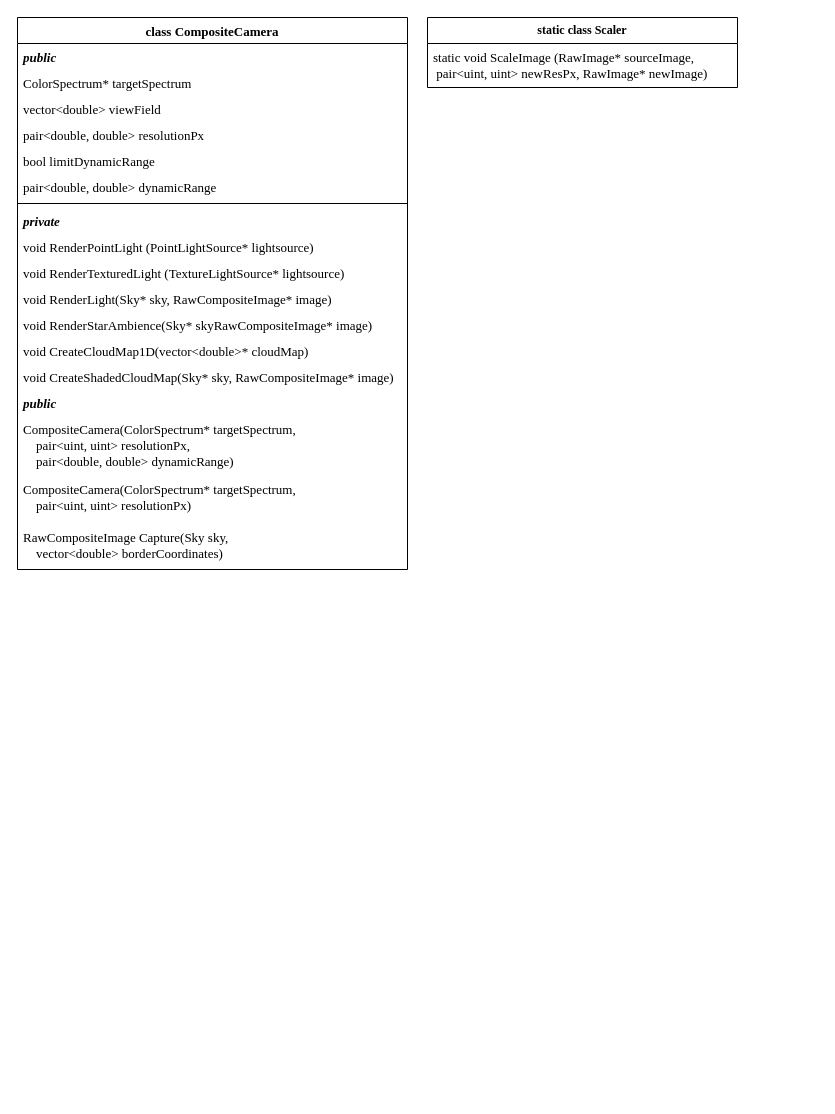
The draw.io diagram page "CompositeCamera" (5 of 9) of Docs/Class diagrams.drawio in SpatiumOwl/ComplexSky-2.0, before the edit. Source tidied: cells renumbered, new cells numbered last; positions are measured from the earlier drawing's top-left corner, leaving out a move shared by most shapes. Both pictures are drawn from the tidied source at 100%, with x=0, y=0 at pixel (17, 17).
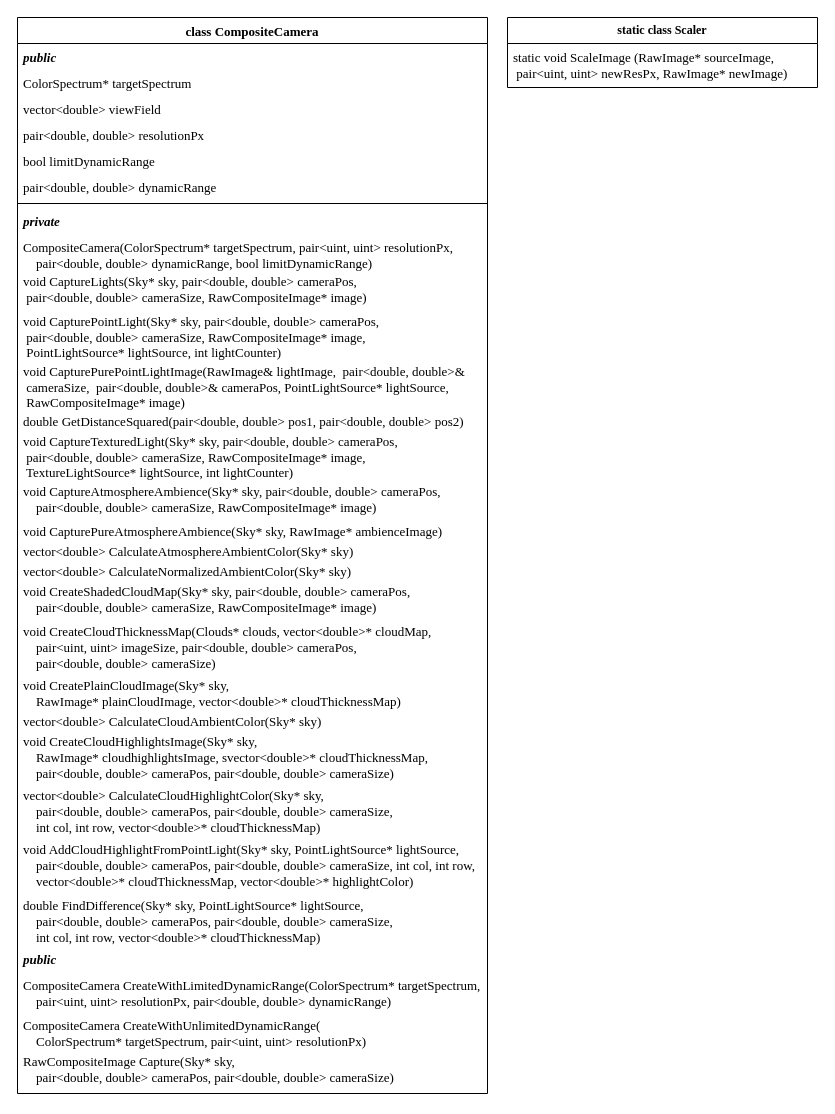
The same page after the edit.

The edit, as a diff of the source:
```diff
@@
     <mxCell id="2" value="class CompositeCamera" style="swimlane;fontStyle=1;align=center;verticalAlign=top;horizontal=1;startSize=26;fontFamily=Times New Roman;fontSize=13;" parent="1" vertex="1">
-      <mxGeometry width="390" height="552" as="geometry" />
+      <mxGeometry width="470" height="1076" as="geometry" />
     </mxCell>
     <mxCell id="3" value="public" style="text;strokeColor=none;fillColor=none;align=left;verticalAlign=top;spacingLeft=4;spacingRight=4;overflow=hidden;fontStyle=3;fontFamily=Times New Roman;fontSize=13;" parent="2" vertex="1">
-      <mxGeometry y="26" width="390" height="26" as="geometry" />
+      <mxGeometry y="26" width="470" height="26" as="geometry" />
     </mxCell>
     <mxCell id="4" value="&lt;font face=&quot;Times New Roman&quot; style=&quot;font-size: 13px;&quot;&gt;ColorSpectrum* targetSpectrum&lt;/font&gt;" style="text;strokeColor=none;fillColor=none;align=left;verticalAlign=top;spacingLeft=4;spacingRight=4;overflow=hidden;whiteSpace=wrap;html=1;fontSize=13;" parent="2" vertex="1">
-      <mxGeometry y="52" width="390" height="26" as="geometry" />
+      <mxGeometry y="52" width="470" height="26" as="geometry" />
     </mxCell>
     <mxCell id="5" value="vector&amp;lt;double&amp;gt; viewField" style="text;strokeColor=none;fillColor=none;align=left;verticalAlign=top;spacingLeft=4;spacingRight=4;overflow=hidden;whiteSpace=wrap;html=1;fontFamily=Times New Roman;fontSize=13;" parent="2" vertex="1">
-      <mxGeometry y="78" width="390" height="26" as="geometry" />
+      <mxGeometry y="78" width="470" height="26" as="geometry" />
     </mxCell>
     <mxCell id="6" value="&lt;font face=&quot;Times New Roman&quot; style=&quot;font-size: 13px;&quot;&gt;pair&amp;lt;double, double&amp;gt;&amp;nbsp;resolutionPx&lt;/font&gt;" style="text;strokeColor=none;fillColor=none;align=left;verticalAlign=top;spacingLeft=4;spacingRight=4;overflow=hidden;whiteSpace=wrap;html=1;fontSize=13;" parent="2" vertex="1">
-      <mxGeometry y="104" width="390" height="26" as="geometry" />
+      <mxGeometry y="104" width="470" height="26" as="geometry" />
     </mxCell>
     <mxCell id="7" value="bool limitDynamicRange" style="text;strokeColor=none;fillColor=none;align=left;verticalAlign=top;spacingLeft=4;spacingRight=4;overflow=hidden;whiteSpace=wrap;html=1;fontFamily=Times New Roman;fontSize=13;" parent="2" vertex="1">
-      <mxGeometry y="130" width="390" height="26" as="geometry" />
+      <mxGeometry y="130" width="470" height="26" as="geometry" />
     </mxCell>
     <mxCell id="8" value="pair&amp;lt;double, double&amp;gt;&amp;nbsp;dynamicRange" style="text;strokeColor=none;fillColor=none;align=left;verticalAlign=top;spacingLeft=4;spacingRight=4;overflow=hidden;whiteSpace=wrap;html=1;fontFamily=Times New Roman;fontSize=13;" parent="2" vertex="1">
-      <mxGeometry y="156" width="390" height="26" as="geometry" />
+      <mxGeometry y="156" width="470" height="26" as="geometry" />
     </mxCell>
     <mxCell id="9" style="line;strokeWidth=1;fillColor=none;align=left;verticalAlign=middle;spacingTop=-1;spacingLeft=3;spacingRight=3;labelPosition=right;fontFamily=Times New Roman;fontSize=13;" parent="2" vertex="1">
-      <mxGeometry y="182" width="390" height="8" as="geometry" />
+      <mxGeometry y="182" width="470" height="8" as="geometry" />
     </mxCell>
     <mxCell id="10" value="private" style="text;strokeColor=none;fillColor=none;align=left;verticalAlign=top;spacingLeft=4;spacingRight=4;overflow=hidden;fontStyle=3;fontFamily=Times New Roman;fontSize=13;" parent="2" vertex="1">
-      <mxGeometry y="190" width="390" height="26" as="geometry" />
+      <mxGeometry y="190" width="470" height="26" as="geometry" />
     </mxCell>
+    <mxCell id="18" value="CompositeCamera(ColorSpectrum* targetSpectrum, pair&lt;uint, uint&gt; resolutionPx, &#10;    pair&lt;double, double&gt; dynamicRange, bool limitDynamicRange)" style="text;strokeColor=none;fillColor=none;align=left;verticalAlign=top;spacingLeft=4;spacingRight=4;overflow=hidden;fontFamily=Times New Roman;fontSize=13;" parent="2" vertex="1">
+      <mxGeometry y="216" width="470" height="34" as="geometry" />
+    </mxCell>
-    <mxCell id="11" value="void RenderPointLight (PointLightSource* lightsource)" style="text;strokeColor=none;fillColor=none;align=left;verticalAlign=top;spacingLeft=4;spacingRight=4;overflow=hidden;whiteSpace=wrap;html=1;fontFamily=Times New Roman;fontSize=13;" parent="2" vertex="1">
-      <mxGeometry y="216" width="390" height="26" as="geometry" />
+    <mxCell id="11" value="&lt;div&gt;void CaptureLights(Sky* sky, pair&amp;lt;double, double&amp;gt; cameraPos,&lt;/div&gt;&lt;div&gt;&lt;span style=&quot;white-space: pre;&quot;&gt; &lt;/span&gt;pair&amp;lt;double, double&amp;gt; cameraSize, RawCompositeImage* image)&lt;/div&gt;" style="text;strokeColor=none;fillColor=none;align=left;verticalAlign=top;spacingLeft=4;spacingRight=4;overflow=hidden;whiteSpace=wrap;html=1;fontFamily=Times New Roman;fontSize=13;" parent="2" vertex="1">
+      <mxGeometry y="250" width="470" height="40" as="geometry" />
     </mxCell>
+    <mxCell id="23" value="&lt;div&gt;void CapturePointLight(Sky* sky, pair&amp;lt;double, double&amp;gt; cameraPos,&lt;/div&gt;&lt;div&gt;&lt;span style=&quot;white-space: pre;&quot;&gt; &lt;/span&gt;pair&amp;lt;double, double&amp;gt; cameraSize, RawCompositeImage* image,&amp;nbsp;&lt;/div&gt;&lt;div&gt;&lt;span style=&quot;white-space: pre;&quot;&gt; &lt;/span&gt;PointLightSource* lightSource, int lightCounter)&lt;/div&gt;" style="text;strokeColor=none;fillColor=none;align=left;verticalAlign=top;spacingLeft=4;spacingRight=4;overflow=hidden;whiteSpace=wrap;html=1;fontFamily=Times New Roman;fontSize=13;" parent="2" vertex="1">
+      <mxGeometry y="290" width="470" height="50" as="geometry" />
+    </mxCell>
+    <mxCell id="24" value="&lt;div&gt;void CapturePurePointLightImage(RawImage&amp;amp; lightImage,&amp;nbsp; &lt;span style=&quot;background-color: initial;&quot;&gt;pair&amp;lt;double, double&amp;gt;&amp;amp; &lt;span style=&quot;white-space: pre;&quot;&gt; &lt;/span&gt;cameraSize,&amp;nbsp;&amp;nbsp;&lt;/span&gt;&lt;span style=&quot;background-color: initial;&quot;&gt;pair&amp;lt;double, double&amp;gt;&amp;amp; cameraPos,&amp;nbsp;&lt;/span&gt;&lt;span style=&quot;background-color: initial;&quot;&gt;PointLightSource* lightSource, &lt;span style=&quot;white-space: pre;&quot;&gt; &lt;/span&gt;RawCompositeImage* image)&lt;/span&gt;&lt;/div&gt;" style="text;strokeColor=none;fillColor=none;align=left;verticalAlign=top;spacingLeft=4;spacingRight=4;overflow=hidden;whiteSpace=wrap;html=1;fontFamily=Times New Roman;fontSize=13;" parent="2" vertex="1">
+      <mxGeometry y="340" width="470" height="50" as="geometry" />
+    </mxCell>
+    <mxCell id="25" value="double GetDistanceSquared(pair&lt;double, double&gt; pos1, pair&lt;double, double&gt; pos2)" style="text;strokeColor=none;fillColor=none;align=left;verticalAlign=top;spacingLeft=4;spacingRight=4;overflow=hidden;fontFamily=Times New Roman;fontSize=13;" parent="2" vertex="1">
+      <mxGeometry y="390" width="470" height="20" as="geometry" />
+    </mxCell>
-    <mxCell id="12" value="void RenderTexturedLight (TextureLightSource* lightsource)" style="text;strokeColor=none;fillColor=none;align=left;verticalAlign=top;spacingLeft=4;spacingRight=4;overflow=hidden;whiteSpace=wrap;html=1;fontFamily=Times New Roman;fontSize=13;" parent="2" vertex="1">
-      <mxGeometry y="242" width="390" height="26" as="geometry" />
+    <mxCell id="12" value="&lt;div style=&quot;border-color: var(--border-color);&quot;&gt;void CaptureTexturedLight(Sky* sky, pair&amp;lt;double, double&amp;gt; cameraPos,&lt;/div&gt;&lt;div style=&quot;border-color: var(--border-color);&quot;&gt;&lt;span style=&quot;white-space: pre;&quot;&gt; &lt;/span&gt;pair&amp;lt;double, double&amp;gt; cameraSize, RawCompositeImage* image,&amp;nbsp;&lt;/div&gt;&lt;div style=&quot;border-color: var(--border-color);&quot;&gt;&lt;span style=&quot;white-space: pre;&quot;&gt; &lt;/span&gt;TextureLightSource* lightSource, int lightCounter)&lt;/div&gt;" style="text;strokeColor=none;fillColor=none;align=left;verticalAlign=top;spacingLeft=4;spacingRight=4;overflow=hidden;whiteSpace=wrap;html=1;fontFamily=Times New Roman;fontSize=13;" parent="2" vertex="1">
+      <mxGeometry y="410" width="470" height="50" as="geometry" />
     </mxCell>
-    <mxCell id="13" value="void RenderLight(Sky* sky, RawCompositeImage* image)" style="text;strokeColor=none;fillColor=none;align=left;verticalAlign=top;spacingLeft=4;spacingRight=4;overflow=hidden;fontFamily=Times New Roman;fontSize=13;" parent="2" vertex="1">
-      <mxGeometry y="268" width="390" height="26" as="geometry" />
-    </mxCell>
-    <mxCell id="14" value="void RenderStarAmbience(Sky* skyRawCompositeImage* image)" style="text;strokeColor=none;fillColor=none;align=left;verticalAlign=top;spacingLeft=4;spacingRight=4;overflow=hidden;fontFamily=Times New Roman;fontSize=13;" parent="2" vertex="1">
-      <mxGeometry y="294" width="390" height="26" as="geometry" />
+    <mxCell id="14" value="void CaptureAtmosphereAmbience(Sky* sky, pair&lt;double, double&gt; cameraPos, &#10;    pair&lt;double, double&gt; cameraSize, RawCompositeImage* image)" style="text;strokeColor=none;fillColor=none;align=left;verticalAlign=top;spacingLeft=4;spacingRight=4;overflow=hidden;fontFamily=Times New Roman;fontSize=13;" parent="2" vertex="1">
+      <mxGeometry y="460" width="470" height="40" as="geometry" />
     </mxCell>
+    <mxCell id="26" value="void CapturePureAtmosphereAmbience(Sky* sky, RawImage* ambienceImage)" style="text;strokeColor=none;fillColor=none;align=left;verticalAlign=top;spacingLeft=4;spacingRight=4;overflow=hidden;fontFamily=Times New Roman;fontSize=13;" parent="2" vertex="1">
+      <mxGeometry y="500" width="470" height="20" as="geometry" />
+    </mxCell>
+    <mxCell id="27" value="vector&lt;double&gt; CalculateAtmosphereAmbientColor(Sky* sky)" style="text;strokeColor=none;fillColor=none;align=left;verticalAlign=top;spacingLeft=4;spacingRight=4;overflow=hidden;fontFamily=Times New Roman;fontSize=13;" parent="2" vertex="1">
+      <mxGeometry y="520" width="470" height="20" as="geometry" />
+    </mxCell>
+    <mxCell id="28" value="vector&lt;double&gt; CalculateNormalizedAmbientColor(Sky* sky)" style="text;strokeColor=none;fillColor=none;align=left;verticalAlign=top;spacingLeft=4;spacingRight=4;overflow=hidden;fontFamily=Times New Roman;fontSize=13;" parent="2" vertex="1">
+      <mxGeometry y="540" width="470" height="20" as="geometry" />
+    </mxCell>
+    <mxCell id="16" value="void CreateShadedCloudMap(Sky* sky, pair&lt;double, double&gt; cameraPos,&#10;    pair&lt;double, double&gt; cameraSize, RawCompositeImage* image)" style="text;strokeColor=none;fillColor=none;align=left;verticalAlign=top;spacingLeft=4;spacingRight=4;overflow=hidden;fontFamily=Times New Roman;fontSize=13;" parent="2" vertex="1">
+      <mxGeometry y="560" width="470" height="40" as="geometry" />
+    </mxCell>
-    <mxCell id="15" value="void CreateCloudMap1D(vector&lt;double&gt;* cloudMap)" style="text;strokeColor=none;fillColor=none;align=left;verticalAlign=top;spacingLeft=4;spacingRight=4;overflow=hidden;fontFamily=Times New Roman;fontSize=13;" parent="2" vertex="1">
-      <mxGeometry y="320" width="390" height="26" as="geometry" />
+    <mxCell id="15" value="void CreateCloudThicknessMap(Clouds* clouds, vector&lt;double&gt;* cloudMap, &#10;    pair&lt;uint, uint&gt; imageSize, pair&lt;double, double&gt; cameraPos, &#10;    pair&lt;double, double&gt; cameraSize)" style="text;strokeColor=none;fillColor=none;align=left;verticalAlign=top;spacingLeft=4;spacingRight=4;overflow=hidden;fontFamily=Times New Roman;fontSize=13;" parent="2" vertex="1">
+      <mxGeometry y="600" width="470" height="54" as="geometry" />
     </mxCell>
-    <mxCell id="16" value="void CreateShadedCloudMap(Sky* sky, RawCompositeImage* image)" style="text;strokeColor=none;fillColor=none;align=left;verticalAlign=top;spacingLeft=4;spacingRight=4;overflow=hidden;fontFamily=Times New Roman;fontSize=13;" parent="2" vertex="1">
-      <mxGeometry y="346" width="390" height="26" as="geometry" />
-    </mxCell>
+    <mxCell id="29" value="void CreatePlainCloudImage(Sky* sky, &#10;    RawImage* plainCloudImage, vector&lt;double&gt;* cloudThicknessMap)" style="text;strokeColor=none;fillColor=none;align=left;verticalAlign=top;spacingLeft=4;spacingRight=4;overflow=hidden;fontFamily=Times New Roman;fontSize=13;" parent="2" vertex="1">
+      <mxGeometry y="654" width="470" height="36" as="geometry" />
+    </mxCell>
+    <mxCell id="30" value="vector&lt;double&gt; CalculateCloudAmbientColor(Sky* sky)" style="text;strokeColor=none;fillColor=none;align=left;verticalAlign=top;spacingLeft=4;spacingRight=4;overflow=hidden;fontFamily=Times New Roman;fontSize=13;" parent="2" vertex="1">
+      <mxGeometry y="690" width="470" height="20" as="geometry" />
+    </mxCell>
+    <mxCell id="31" value="void CreateCloudHighlightsImage(Sky* sky,&#10;    RawImage* cloudhighlightsImage, svector&lt;double&gt;* cloudThicknessMap,&#10;    pair&lt;double, double&gt; cameraPos, pair&lt;double, double&gt; cameraSize)" style="text;strokeColor=none;fillColor=none;align=left;verticalAlign=top;spacingLeft=4;spacingRight=4;overflow=hidden;fontFamily=Times New Roman;fontSize=13;" parent="2" vertex="1">
+      <mxGeometry y="710" width="470" height="54" as="geometry" />
+    </mxCell>
+    <mxCell id="32" value="vector&lt;double&gt; CalculateCloudHighlightColor(Sky* sky,&#10;    pair&lt;double, double&gt; cameraPos, pair&lt;double, double&gt; cameraSize,&#10;        int col, int row, vector&lt;double&gt;* cloudThicknessMap)" style="text;strokeColor=none;fillColor=none;align=left;verticalAlign=top;spacingLeft=4;spacingRight=4;overflow=hidden;fontFamily=Times New Roman;fontSize=13;" parent="2" vertex="1">
+      <mxGeometry y="764" width="470" height="54" as="geometry" />
+    </mxCell>
+    <mxCell id="33" value="void AddCloudHighlightFromPointLight(Sky* sky, PointLightSource* lightSource, &#10;    pair&lt;double, double&gt; cameraPos, pair&lt;double, double&gt; cameraSize, int col, int row, &#10;    vector&lt;double&gt;* cloudThicknessMap, vector&lt;double&gt;* highlightColor)" style="text;strokeColor=none;fillColor=none;align=left;verticalAlign=top;spacingLeft=4;spacingRight=4;overflow=hidden;fontFamily=Times New Roman;fontSize=13;" parent="2" vertex="1">
+      <mxGeometry y="818" width="470" height="56" as="geometry" />
+    </mxCell>
+    <mxCell id="34" value="double FindDifference(Sky* sky, PointLightSource* lightSource,&#10;    pair&lt;double, double&gt; cameraPos, pair&lt;double, double&gt; cameraSize,&#10;        int col, int row, vector&lt;double&gt;* cloudThicknessMap)" style="text;strokeColor=none;fillColor=none;align=left;verticalAlign=top;spacingLeft=4;spacingRight=4;overflow=hidden;fontFamily=Times New Roman;fontSize=13;" parent="2" vertex="1">
+      <mxGeometry y="874" width="470" height="54" as="geometry" />
+    </mxCell>
     <mxCell id="17" value="public" style="text;strokeColor=none;fillColor=none;align=left;verticalAlign=top;spacingLeft=4;spacingRight=4;overflow=hidden;fontStyle=3;fontFamily=Times New Roman;fontSize=13;" parent="2" vertex="1">
-      <mxGeometry y="372" width="390" height="26" as="geometry" />
+      <mxGeometry y="928" width="470" height="26" as="geometry" />
     </mxCell>
-    <mxCell id="18" value="CompositeCamera(ColorSpectrum* targetSpectrum, &#10;    pair&lt;uint, uint&gt; resolutionPx, &#10;    pair&lt;double, double&gt; dynamicRange)" style="text;strokeColor=none;fillColor=none;align=left;verticalAlign=top;spacingLeft=4;spacingRight=4;overflow=hidden;fontFamily=Times New Roman;fontSize=13;" parent="2" vertex="1">
-      <mxGeometry y="398" width="390" height="60" as="geometry" />
-    </mxCell>
-    <mxCell id="19" value="CompositeCamera(ColorSpectrum* targetSpectrum, &#10;    pair&lt;uint, uint&gt; resolutionPx)" style="text;strokeColor=none;fillColor=none;align=left;verticalAlign=top;spacingLeft=4;spacingRight=4;overflow=hidden;fontFamily=Times New Roman;fontSize=13;" parent="2" vertex="1">
-      <mxGeometry y="458" width="390" height="48" as="geometry" />
+    <mxCell id="19" value="CompositeCamera CreateWithLimitedDynamicRange(ColorSpectrum* targetSpectrum, &#10;    pair&lt;uint, uint&gt; resolutionPx, pair&lt;double, double&gt; dynamicRange)" style="text;strokeColor=none;fillColor=none;align=left;verticalAlign=top;spacingLeft=4;spacingRight=4;overflow=hidden;fontFamily=Times New Roman;fontSize=13;" parent="2" vertex="1">
+      <mxGeometry y="954" width="470" height="40" as="geometry" />
     </mxCell>
+    <mxCell id="35" value="CompositeCamera CreateWithUnlimitedDynamicRange(&#10;    ColorSpectrum* targetSpectrum, pair&lt;uint, uint&gt; resolutionPx)" style="text;strokeColor=none;fillColor=none;align=left;verticalAlign=top;spacingLeft=4;spacingRight=4;overflow=hidden;fontFamily=Times New Roman;fontSize=13;" parent="2" vertex="1">
+      <mxGeometry y="994" width="470" height="36" as="geometry" />
+    </mxCell>
-    <mxCell id="20" value="RawCompositeImage Capture(Sky sky, &#10;    vector&lt;double&gt; borderCoordinates)" style="text;strokeColor=none;fillColor=none;align=left;verticalAlign=top;spacingLeft=4;spacingRight=4;overflow=hidden;fontFamily=Times New Roman;fontSize=13;" parent="2" vertex="1">
-      <mxGeometry y="506" width="390" height="46" as="geometry" />
+    <mxCell id="20" value="RawCompositeImage Capture(Sky* sky,&#10;    pair&lt;double, double&gt; cameraPos, pair&lt;double, double&gt; cameraSize)" style="text;strokeColor=none;fillColor=none;align=left;verticalAlign=top;spacingLeft=4;spacingRight=4;overflow=hidden;fontFamily=Times New Roman;fontSize=13;" parent="2" vertex="1">
+      <mxGeometry y="1030" width="470" height="46" as="geometry" />
     </mxCell>
     <mxCell id="21" value="static class Scaler" style="swimlane;fontStyle=1;horizontal=1;startSize=26;fillColor=none;whiteSpace=wrap;html=1;fontFamily=Times New Roman;" parent="1" vertex="1">
-      <mxGeometry x="410" width="310" height="70" as="geometry" />
+      <mxGeometry x="490" width="310" height="70" as="geometry" />
     </mxCell>
```
